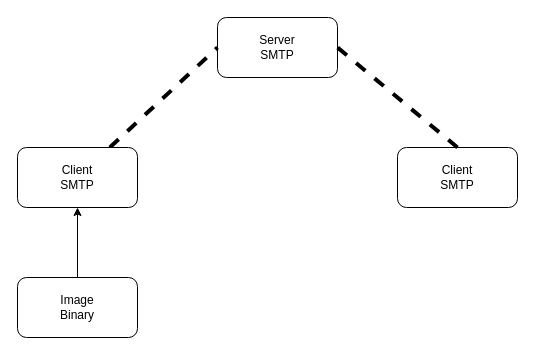
This is apuntes5_Redes.drawio from KevinCordoba/RepositoriodeDiagramas, a draw.io file, before an edit. Source tidied: cells renumbered, new cells numbered last; positions are measured from the earlier drawing's top-left corner, leaving out a move shared by most shapes. Both pictures are drawn from the tidied source at 100%, with x=0, y=0 at pixel (17, 17).
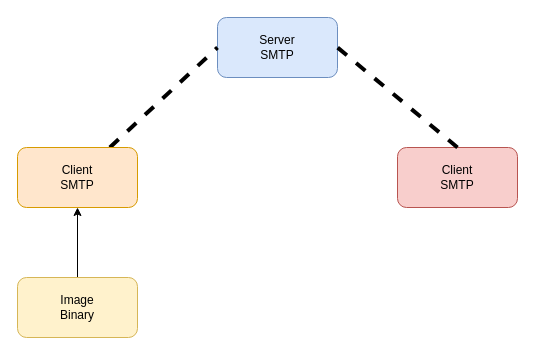
The same page after the edit.

Diff of the diagram source:
```diff
@@
 <mxGraphModel>
   <root>
     <mxCell id="0" />
     <mxCell id="1" parent="0" />
-    <mxCell id="2" value="Server&lt;div&gt;SMTP&lt;/div&gt;" style="rounded=1;whiteSpace=wrap;html=1;" parent="1" vertex="1">
+    <mxCell id="2" value="Server&lt;div&gt;SMTP&lt;/div&gt;" style="rounded=1;whiteSpace=wrap;html=1;fillColor=#dae8fc;strokeColor=#6c8ebf;" parent="1" vertex="1">
       <mxGeometry x="200" width="120" height="60" as="geometry" />
     </mxCell>
     <mxCell id="3" style="rounded=0;jettySize=auto;html=1;entryX=0;entryY=0.5;entryDx=0;entryDy=0;dashed=1;strokeWidth=4;endArrow=none;endFill=0;" parent="1" edge="1" source="4" target="2">
       <mxGeometry relative="1" as="geometry" />
     </mxCell>
-    <mxCell id="4" value="Client&lt;br&gt;SMTP" style="rounded=1;whiteSpace=wrap;html=1;" parent="1" vertex="1">
+    <mxCell id="4" value="Client&lt;br&gt;SMTP" style="rounded=1;whiteSpace=wrap;html=1;fillColor=#ffe6cc;strokeColor=#d79b00;" parent="1" vertex="1">
       <mxGeometry y="130" width="120" height="60" as="geometry" />
     </mxCell>
-    <mxCell id="5" value="Client&lt;br&gt;SMTP" style="rounded=1;whiteSpace=wrap;html=1;" parent="1" vertex="1">
+    <mxCell id="5" value="Client&lt;br&gt;SMTP" style="rounded=1;whiteSpace=wrap;html=1;fillColor=#f8cecc;strokeColor=#b85450;" parent="1" vertex="1">
       <mxGeometry x="380" y="130" width="120" height="60" as="geometry" />
     </mxCell>
     <mxCell id="6" style="edgeStyle=orthogonalEdgeStyle;rounded=0;jettySize=auto;html=1;entryX=0.5;entryY=1;entryDx=0;entryDy=0;" parent="1" edge="1" source="7" target="4">
       <mxGeometry relative="1" as="geometry" />
     </mxCell>
-    <mxCell id="7" value="Image&lt;br&gt;Binary" style="rounded=1;whiteSpace=wrap;html=1;" parent="1" vertex="1">
+    <mxCell id="7" value="Image&lt;br&gt;Binary" style="rounded=1;whiteSpace=wrap;html=1;fillColor=#fff2cc;strokeColor=#d6b656;" parent="1" vertex="1">
       <mxGeometry y="260" width="120" height="60" as="geometry" />
     </mxCell>
     <mxCell id="8" style="rounded=0;jettySize=auto;html=1;entryX=1;entryY=0.5;entryDx=0;entryDy=0;dashed=1;strokeWidth=4;endArrow=none;endFill=0;exitX=0.5;exitY=0;exitDx=0;exitDy=0;" parent="1" edge="1" source="5" target="2">
       <mxGeometry relative="1" as="geometry" />
     </mxCell>
   </root>
 </mxGraphModel>
```
